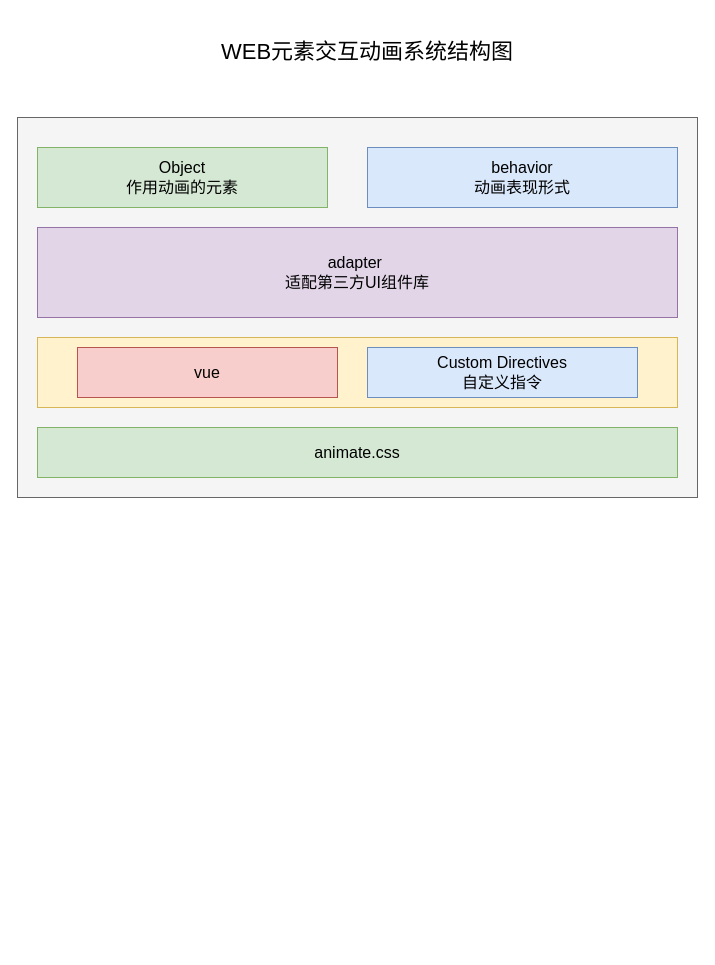
The draw.io diagram WEB元素交互动画系统设计.drawio in meterXu/drawiofile, before the edit. Source tidied: cells renumbered, new cells numbered last; positions are measured from the earlier drawing's top-left corner, leaving out a move shared by most shapes. Both pictures are drawn from the tidied source at 100%, with x=0, y=0 at pixel (17, 17).
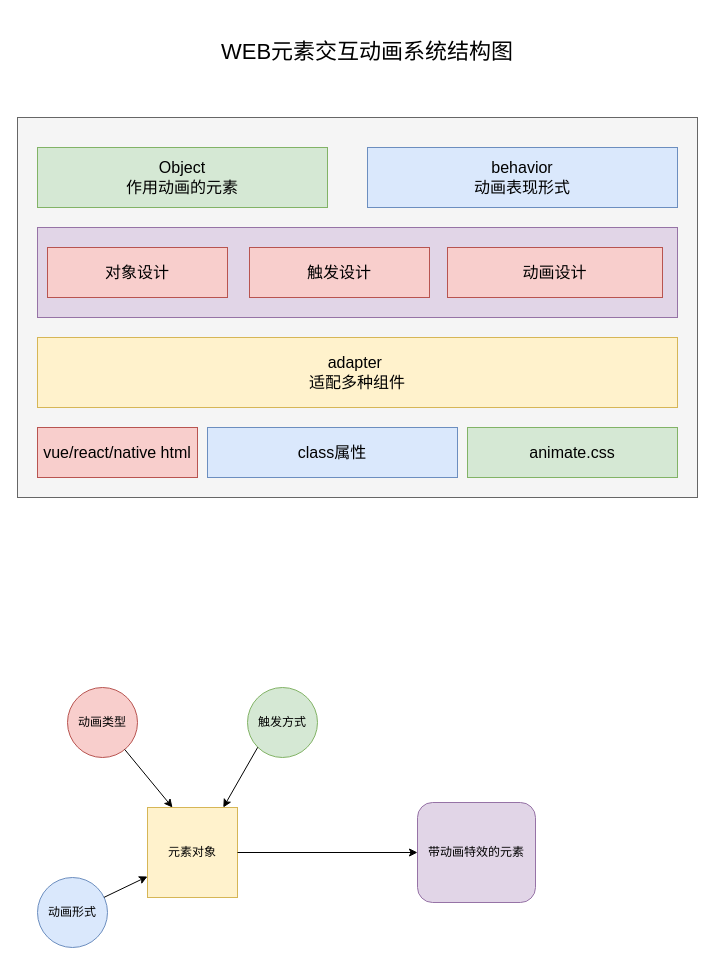
The same diagram, later.

Commit message:
Update WEB元素交互动画系统设计.drawio

Diff of the diagram source:
```diff
@@
-    <mxCell id="3" style="rounded=0;whiteSpace=wrap;html=1;fillColor=#fff2cc;strokeColor=#d6b656;" parent="1" vertex="1">
+    <mxCell id="3" value="&lt;span style=&quot;font-size: 16px&quot;&gt;adapter&amp;nbsp;&lt;/span&gt;&lt;br style=&quot;font-size: 16px&quot;&gt;&lt;span style=&quot;font-size: 16px&quot;&gt;适配多种组件&lt;/span&gt;" style="rounded=0;whiteSpace=wrap;html=1;fillColor=#fff2cc;strokeColor=#d6b656;" parent="1" vertex="1">
       <mxGeometry x="20" y="320" width="640" height="70" as="geometry" />
     </mxCell>
-    <mxCell id="4" value="&lt;font style=&quot;font-size: 16px&quot;&gt;Custom Directives&lt;br&gt;自定义指令&lt;/font&gt;" style="rounded=0;whiteSpace=wrap;html=1;fillColor=#dae8fc;strokeColor=#6c8ebf;" parent="1" vertex="1">
-      <mxGeometry x="350" y="330" width="270" height="50" as="geometry" />
+    <mxCell id="4" value="&lt;font style=&quot;font-size: 16px&quot;&gt;class属性&lt;/font&gt;" style="rounded=0;whiteSpace=wrap;html=1;fillColor=#dae8fc;strokeColor=#6c8ebf;" parent="1" vertex="1">
+      <mxGeometry x="190" y="410" width="250" height="50" as="geometry" />
     </mxCell>
-    <mxCell id="5" value="&lt;font style=&quot;font-size: 16px&quot;&gt;vue&lt;/font&gt;" style="rounded=0;whiteSpace=wrap;html=1;fillColor=#f8cecc;strokeColor=#b85450;" parent="1" vertex="1">
-      <mxGeometry x="60" y="330" width="260" height="50" as="geometry" />
-    </mxCell>
     <mxCell id="6" value="&lt;font style=&quot;font-size: 16px&quot;&gt;animate.css&lt;/font&gt;" style="rounded=0;whiteSpace=wrap;html=1;fillColor=#d5e8d4;strokeColor=#82b366;" parent="1" vertex="1">
-      <mxGeometry x="20" y="410" width="640" height="50" as="geometry" />
+      <mxGeometry x="450" y="410" width="210" height="50" as="geometry" />
     </mxCell>
@@
-    <mxCell id="10" value="&lt;font style=&quot;font-size: 16px&quot;&gt;adapter&amp;nbsp;&lt;br&gt;适配第三方UI组件库&lt;/font&gt;" style="rounded=0;whiteSpace=wrap;html=1;fillColor=#e1d5e7;strokeColor=#9673a6;" parent="1" vertex="1">
+    <mxCell id="10" style="rounded=0;whiteSpace=wrap;html=1;fillColor=#e1d5e7;strokeColor=#9673a6;" parent="1" vertex="1">
       <mxGeometry x="20" y="210" width="640" height="90" as="geometry" />
     </mxCell>
+    <mxCell id="11" value="&lt;font style=&quot;font-size: 16px&quot;&gt;vue/react/native html&lt;/font&gt;" style="rounded=0;whiteSpace=wrap;html=1;fillColor=#f8cecc;strokeColor=#b85450;" parent="1" vertex="1">
+      <mxGeometry x="20" y="410" width="160" height="50" as="geometry" />
+    </mxCell>
+    <mxCell id="5" value="&lt;span style=&quot;font-size: 16px&quot;&gt;动画设计&lt;/span&gt;" style="rounded=0;whiteSpace=wrap;html=1;fillColor=#f8cecc;strokeColor=#b85450;" parent="1" vertex="1">
+      <mxGeometry x="430" y="230" width="215" height="50" as="geometry" />
+    </mxCell>
+    <mxCell id="12" value="&lt;span style=&quot;font-size: 16px&quot;&gt;触发设计&lt;/span&gt;" style="rounded=0;whiteSpace=wrap;html=1;fillColor=#f8cecc;strokeColor=#b85450;" parent="1" vertex="1">
+      <mxGeometry x="232" y="230" width="180" height="50" as="geometry" />
+    </mxCell>
+    <mxCell id="13" value="&lt;span style=&quot;font-size: 16px&quot;&gt;对象设计&lt;/span&gt;" style="rounded=0;whiteSpace=wrap;html=1;fillColor=#f8cecc;strokeColor=#b85450;" parent="1" vertex="1">
+      <mxGeometry x="30" y="230" width="180" height="50" as="geometry" />
+    </mxCell>
+    <mxCell id="14" value="触发方式" style="ellipse;whiteSpace=wrap;html=1;fillColor=#d5e8d4;strokeColor=#82b366;" parent="1" vertex="1">
+      <mxGeometry x="230" y="670" width="70" height="70" as="geometry" />
+    </mxCell>
+    <mxCell id="15" style="endArrow=classic;html=1;exitX=0;exitY=1;exitDx=0;exitDy=0;" parent="1" edge="1" source="14">
+      <mxGeometry relative="1" as="geometry">
+        <mxPoint x="205.8" y="790" as="targetPoint" />
+      </mxGeometry>
+    </mxCell>
+    <mxCell id="16" value="动画类型" style="ellipse;whiteSpace=wrap;html=1;fillColor=#f8cecc;strokeColor=#b85450;" parent="1" vertex="1">
+      <mxGeometry x="50" y="670" width="70" height="70" as="geometry" />
+    </mxCell>
+    <mxCell id="17" style="endArrow=classic;html=1;entryX=0.25;entryY=0;entryDx=0;entryDy=0;" parent="1" edge="1" source="16">
+      <mxGeometry relative="1" as="geometry">
+        <mxPoint x="155" y="790" as="targetPoint" />
+      </mxGeometry>
+    </mxCell>
+    <mxCell id="18" value="动画形式" style="ellipse;whiteSpace=wrap;html=1;fillColor=#dae8fc;strokeColor=#6c8ebf;" parent="1" vertex="1">
+      <mxGeometry x="20" y="860" width="70" height="70" as="geometry" />
+    </mxCell>
+    <mxCell id="19" style="endArrow=classic;html=1;" parent="1" edge="1" source="18">
+      <mxGeometry relative="1" as="geometry">
+        <mxPoint x="130" y="859" as="targetPoint" />
+      </mxGeometry>
+    </mxCell>
+    <mxCell id="20" value="元素对象" style="whiteSpace=wrap;html=1;fillColor=#fff2cc;strokeColor=#d6b656;" parent="1" vertex="1">
+      <mxGeometry x="130" y="790" width="90" height="90" as="geometry" />
+    </mxCell>
+    <mxCell id="21" value="带动画特效的元素" style="rounded=1;whiteSpace=wrap;html=1;fillColor=#e1d5e7;strokeColor=#9673a6;" parent="1" vertex="1">
+      <mxGeometry x="400" y="785" width="118" height="100" as="geometry" />
+    </mxCell>
+    <mxCell id="22" style="endArrow=classic;html=1;" parent="1" edge="1" source="20" target="21">
+      <mxGeometry relative="1" as="geometry" />
+    </mxCell>
```
